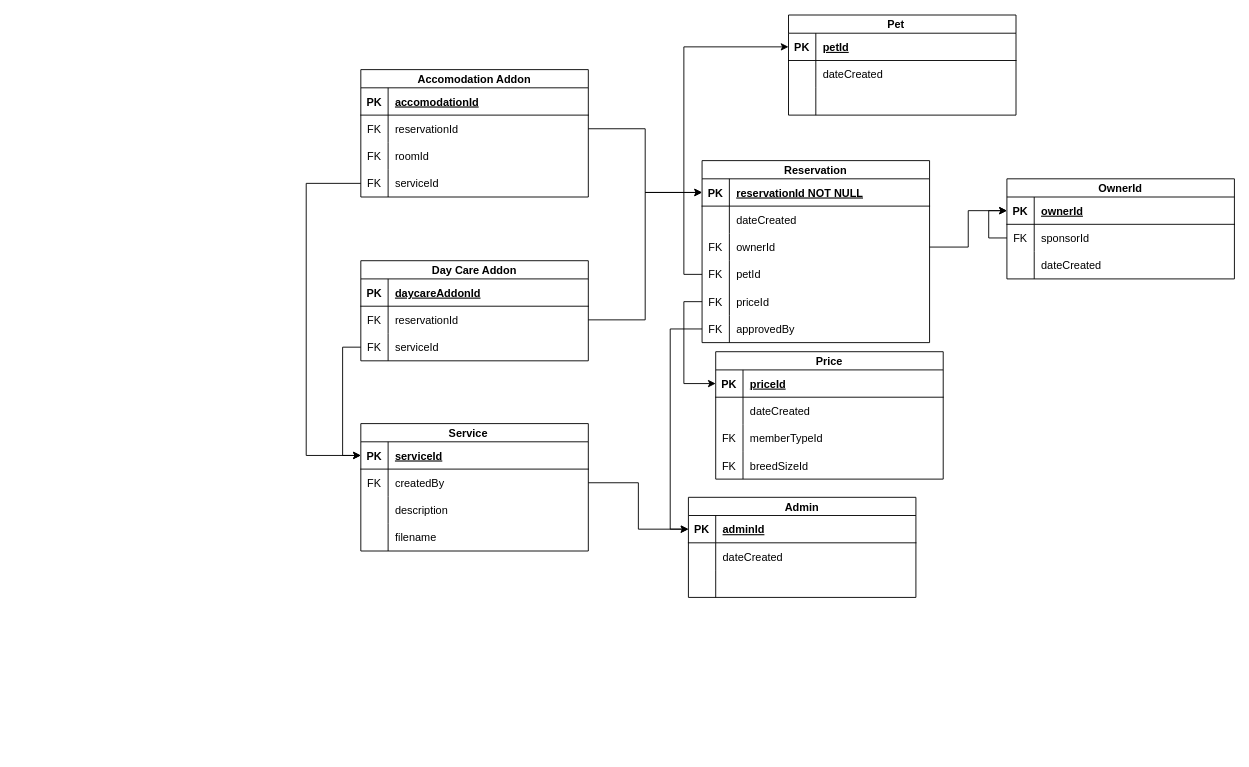
The draw.io diagram Untitled Diagram.drawio in mccndcg/erds, before the edit. Source tidied: cells renumbered, new cells numbered last; positions are measured from the earlier drawing's top-left corner, leaving out a move shared by most shapes. Both pictures are drawn from the tidied source at 91%, with x=0, y=0 at pixel (306, 15).
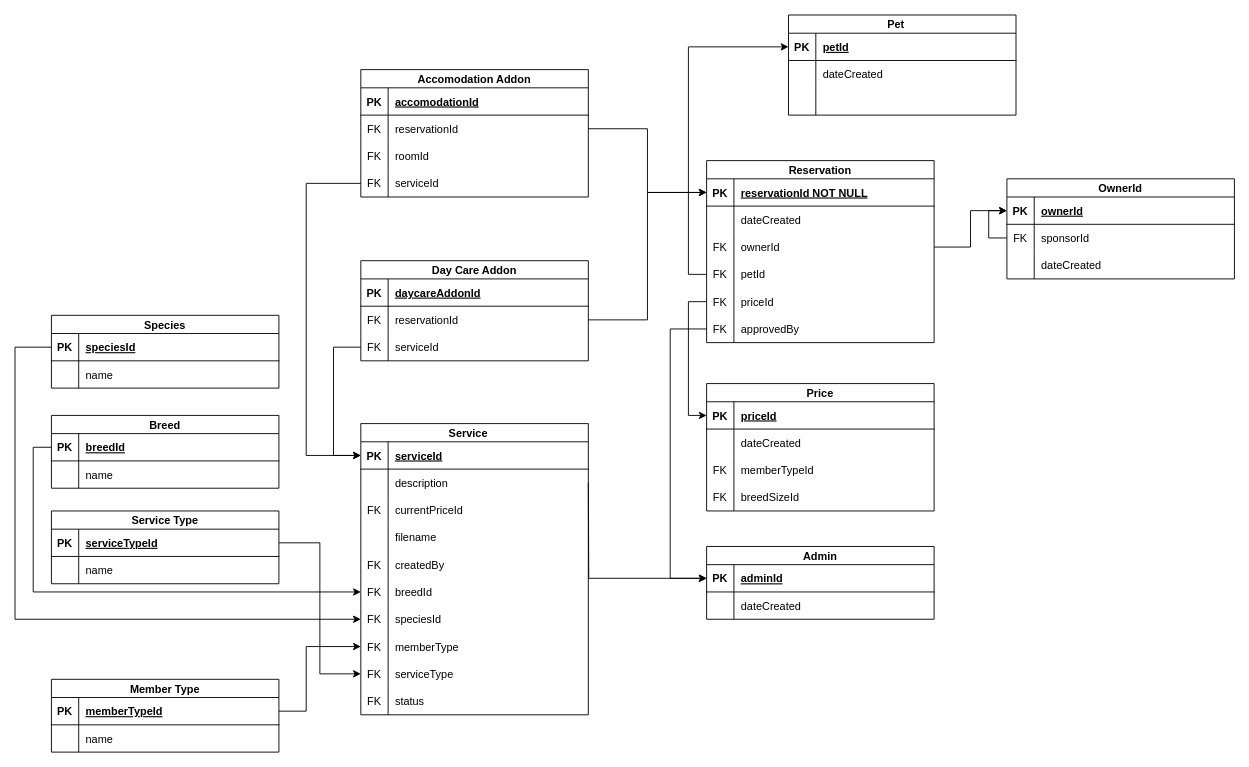
Above is the later version.

Unchanged cells that the change refers to:
```xml
<mxCell id="18" style="shape=partialRectangle;fillColor=none;points=[[0,0.5],[1,0.5]];portConstraint=eastwest;top=0;left=0;right=0;bottom=0;" parent="2" vertex="1">
  <mxGeometry y="170" width="250" height="30" as="geometry" />
</mxCell>
<mxCell id="29" style="shape=partialRectangle;fillColor=none;points=[[0,0.5],[1,0.5]];portConstraint=eastwest;top=0;left=0;right=0;bottom=0;" parent="22" vertex="1">
  <mxGeometry y="80" width="250" height="30" as="geometry" />
</mxCell>
<mxCell id="47" style="shape=partialRectangle;fillColor=none;points=[[0,0.5],[1,0.5]];portConstraint=eastwest;top=0;left=0;right=0;bottom=1;" parent="46" vertex="1">
  <mxGeometry y="20" width="250" height="30" as="geometry" />
</mxCell>
<mxCell id="57" style="shape=partialRectangle;fillColor=none;points=[[0,0.5],[1,0.5]];portConstraint=eastwest;top=0;left=0;right=0;bottom=1;" parent="56" vertex="1">
  <mxGeometry y="20" width="250" height="30" as="geometry" />
</mxCell>
```

Diff of the diagram source:
```diff
@@
     <mxCell id="2" value="Reservation" style="shape=table;startSize=20;childLayout=tableLayout;rowLines=0;fontStyle=1;align=center;" parent="1" vertex="1">
-      <mxGeometry x="435" y="160" width="250" height="200" as="geometry" />
+      <mxGeometry x="440" y="160" width="250" height="200" as="geometry" />
     </mxCell>
@@
     <mxCell id="33" value="Price" style="shape=table;startSize=20;childLayout=tableLayout;rowLines=0;fontStyle=1;align=center;" parent="1" vertex="1">
-      <mxGeometry x="450" y="370" width="250" height="140" as="geometry" />
+      <mxGeometry x="440" y="405" width="250" height="140" as="geometry" />
     </mxCell>
@@
     <mxCell id="46" value="Admin" style="shape=table;startSize=20;childLayout=tableLayout;rowLines=0;fontStyle=1;align=center;" parent="1" vertex="1">
-      <mxGeometry x="420" y="530" width="250" height="110" as="geometry" />
+      <mxGeometry x="440" y="584" width="250" height="80" as="geometry" />
     </mxCell>
@@
-    <mxCell id="53" style="shape=partialRectangle;fillColor=none;top=0;left=0;right=0;bottom=0;" parent="46" vertex="1">
-      <mxGeometry y="80" width="250" height="30" as="geometry" />
-    </mxCell>
-    <mxCell id="54" style="shape=partialRectangle;overflow=hidden;fillColor=none;top=0;left=0;bottom=0;right=0;" parent="53" vertex="1">
-      <mxGeometry width="30" height="30" as="geometry" />
-    </mxCell>
-    <mxCell id="55" style="shape=partialRectangle;overflow=hidden;fillColor=none;top=0;left=0;bottom=0;right=0;align=left;spacingLeft=6;" parent="53" vertex="1">
-      <mxGeometry x="30" width="220" height="30" as="geometry" />
-    </mxCell>
     <mxCell id="56" value="Service    " style="shape=table;startSize=20;childLayout=tableLayout;rowLines=0;fontStyle=1;align=center;" parent="1" vertex="1">
-      <mxGeometry x="60" y="449" width="250" height="140" as="geometry" />
+      <mxGeometry x="60" y="449" width="250" height="320" as="geometry" />
     </mxCell>
@@
-    <mxCell id="60" style="shape=partialRectangle;fillColor=none;points=[[0,0.5],[1,0.5]];portConstraint=eastwest;top=0;left=0;right=0;bottom=0;" parent="56" vertex="1">
-      <mxGeometry y="50" width="250" height="30" as="geometry" />
-    </mxCell>
-    <mxCell id="61" value="FK" style="shape=partialRectangle;overflow=hidden;fillColor=none;top=0;left=0;bottom=0;right=0;" parent="60" vertex="1">
-      <mxGeometry width="30" height="30" as="geometry" />
-    </mxCell>
-    <mxCell id="62" value="createdBy" style="shape=partialRectangle;overflow=hidden;fillColor=none;top=0;left=0;bottom=0;right=0;align=left;spacingLeft=6;" parent="60" vertex="1">
-      <mxGeometry x="30" width="220" height="30" as="geometry" />
-    </mxCell>
     <mxCell id="63" style="shape=partialRectangle;fillColor=none;top=0;left=0;right=0;bottom=0;" parent="56" vertex="1">
-      <mxGeometry y="80" width="250" height="30" as="geometry" />
+      <mxGeometry y="50" width="250" height="30" as="geometry" />
     </mxCell>
@@
     <mxCell id="66" style="shape=partialRectangle;fillColor=none;top=0;left=0;right=0;bottom=0;" parent="56" vertex="1">
-      <mxGeometry y="110" width="250" height="30" as="geometry" />
+      <mxGeometry y="80" width="250" height="30" as="geometry" />
     </mxCell>
-    <mxCell id="67" style="shape=partialRectangle;overflow=hidden;fillColor=none;top=0;left=0;bottom=0;right=0;" parent="66" vertex="1">
+    <mxCell id="67" value="FK" style="shape=partialRectangle;overflow=hidden;fillColor=none;top=0;left=0;bottom=0;right=0;" parent="66" vertex="1">
       <mxGeometry width="30" height="30" as="geometry" />
     </mxCell>
-    <mxCell id="68" value="filename" style="shape=partialRectangle;overflow=hidden;fillColor=none;top=0;left=0;bottom=0;right=0;align=left;spacingLeft=6;" parent="66" vertex="1">
+    <mxCell id="68" value="currentPriceId" style="shape=partialRectangle;overflow=hidden;fillColor=none;top=0;left=0;bottom=0;right=0;align=left;spacingLeft=6;" parent="66" vertex="1">
       <mxGeometry x="30" width="220" height="30" as="geometry" />
     </mxCell>
+    <mxCell id="110" style="shape=partialRectangle;fillColor=none;top=0;left=0;right=0;bottom=0;" parent="56" vertex="1">
+      <mxGeometry y="110" width="250" height="30" as="geometry" />
+    </mxCell>
+    <mxCell id="111" style="shape=partialRectangle;overflow=hidden;fillColor=none;top=0;left=0;bottom=0;right=0;" parent="110" vertex="1">
+      <mxGeometry width="30" height="30" as="geometry" />
+    </mxCell>
+    <mxCell id="112" value="filename" style="shape=partialRectangle;overflow=hidden;fillColor=none;top=0;left=0;bottom=0;right=0;align=left;spacingLeft=6;" parent="110" vertex="1">
+      <mxGeometry x="30" width="220" height="30" as="geometry" />
+    </mxCell>
+    <mxCell id="113" style="shape=partialRectangle;fillColor=none;top=0;left=0;right=0;bottom=0;" parent="56" vertex="1">
+      <mxGeometry y="140" width="250" height="30" as="geometry" />
+    </mxCell>
+    <mxCell id="114" value="FK" style="shape=partialRectangle;overflow=hidden;fillColor=none;top=0;left=0;bottom=0;right=0;" parent="113" vertex="1">
+      <mxGeometry width="30" height="30" as="geometry" />
+    </mxCell>
+    <mxCell id="62" value="createdBy" style="shape=partialRectangle;overflow=hidden;fillColor=none;top=0;left=0;bottom=0;right=0;align=left;spacingLeft=6;" parent="113" vertex="1">
+      <mxGeometry x="30" width="220" height="30" as="geometry" />
+    </mxCell>
+    <mxCell id="115" style="shape=partialRectangle;fillColor=none;points=[[0,0.5],[1,0.5]];portConstraint=eastwest;top=0;left=0;right=0;bottom=0;" parent="56" vertex="1">
+      <mxGeometry y="170" width="250" height="30" as="geometry" />
+    </mxCell>
+    <mxCell id="116" value="FK" style="shape=partialRectangle;overflow=hidden;fillColor=none;top=0;left=0;bottom=0;right=0;" parent="115" vertex="1">
+      <mxGeometry width="30" height="30" as="geometry" />
+    </mxCell>
+    <mxCell id="117" value="breedId" style="shape=partialRectangle;overflow=hidden;fillColor=none;top=0;left=0;bottom=0;right=0;align=left;spacingLeft=6;" parent="115" vertex="1">
+      <mxGeometry x="30" width="220" height="30" as="geometry" />
+    </mxCell>
+    <mxCell id="118" style="shape=partialRectangle;fillColor=none;points=[[0,0.5],[1,0.5]];portConstraint=eastwest;top=0;left=0;right=0;bottom=0;" parent="56" vertex="1">
+      <mxGeometry y="200" width="250" height="30" as="geometry" />
+    </mxCell>
+    <mxCell id="119" value="FK" style="shape=partialRectangle;overflow=hidden;fillColor=none;top=0;left=0;bottom=0;right=0;" parent="118" vertex="1">
+      <mxGeometry width="30" height="30" as="geometry" />
+    </mxCell>
+    <mxCell id="120" value="speciesId" style="shape=partialRectangle;overflow=hidden;fillColor=none;top=0;left=0;bottom=0;right=0;align=left;spacingLeft=6;" parent="118" vertex="1">
+      <mxGeometry x="30" width="220" height="30" as="geometry" />
+    </mxCell>
+    <mxCell id="121" style="shape=partialRectangle;fillColor=none;points=[[0,0.5],[1,0.5]];portConstraint=eastwest;top=0;left=0;right=0;bottom=0;" parent="56" vertex="1">
+      <mxGeometry y="230" width="250" height="30" as="geometry" />
+    </mxCell>
+    <mxCell id="122" value="FK" style="shape=partialRectangle;overflow=hidden;fillColor=none;top=0;left=0;bottom=0;right=0;" parent="121" vertex="1">
+      <mxGeometry width="30" height="30" as="geometry" />
+    </mxCell>
+    <mxCell id="123" value="memberType" style="shape=partialRectangle;overflow=hidden;fillColor=none;top=0;left=0;bottom=0;right=0;align=left;spacingLeft=6;" parent="121" vertex="1">
+      <mxGeometry x="30" width="220" height="30" as="geometry" />
+    </mxCell>
+    <mxCell id="124" style="shape=partialRectangle;fillColor=none;points=[[0,0.5],[1,0.5]];portConstraint=eastwest;top=0;left=0;right=0;bottom=0;" parent="56" vertex="1">
+      <mxGeometry y="260" width="250" height="30" as="geometry" />
+    </mxCell>
+    <mxCell id="125" value="FK" style="shape=partialRectangle;overflow=hidden;fillColor=none;top=0;left=0;bottom=0;right=0;" parent="124" vertex="1">
+      <mxGeometry width="30" height="30" as="geometry" />
+    </mxCell>
+    <mxCell id="126" value="serviceType" style="shape=partialRectangle;overflow=hidden;fillColor=none;top=0;left=0;bottom=0;right=0;align=left;spacingLeft=6;" parent="124" vertex="1">
+      <mxGeometry x="30" width="220" height="30" as="geometry" />
+    </mxCell>
+    <mxCell id="127" style="shape=partialRectangle;fillColor=none;top=0;left=0;right=0;bottom=0;" parent="56" vertex="1">
+      <mxGeometry y="290" width="250" height="30" as="geometry" />
+    </mxCell>
+    <mxCell id="128" value="FK" style="shape=partialRectangle;overflow=hidden;fillColor=none;top=0;left=0;bottom=0;right=0;" parent="127" vertex="1">
+      <mxGeometry width="30" height="30" as="geometry" />
+    </mxCell>
+    <mxCell id="129" value="status" style="shape=partialRectangle;overflow=hidden;fillColor=none;top=0;left=0;bottom=0;right=0;align=left;spacingLeft=6;" parent="127" vertex="1">
+      <mxGeometry x="30" width="220" height="30" as="geometry" />
+    </mxCell>
-    <mxCell id="69" style="edgeStyle=orthogonalEdgeStyle;rounded=0;jettySize=auto;html=1;exitX=1;exitY=0.5;exitDx=0;exitDy=0;entryX=0;entryY=0.5;entryDx=0;entryDy=0;" parent="1" edge="1" source="60" target="47">
-      <mxGeometry relative="1" as="geometry" />
+    <mxCell id="69" style="edgeStyle=orthogonalEdgeStyle;rounded=0;jettySize=auto;html=1;exitX=1;exitY=0.5;exitDx=0;exitDy=0;entryX=0;entryY=0.5;entryDx=0;entryDy=0;" parent="1" edge="1" target="47">
+      <mxGeometry relative="1" as="geometry">
+        <mxPoint x="310" y="514" as="sourcePoint" />
+      </mxGeometry>
     </mxCell>
     <mxCell id="70" style="edgeStyle=orthogonalEdgeStyle;rounded=0;jettySize=auto;html=1;exitX=0;exitY=0.5;exitDx=0;exitDy=0;entryX=0;entryY=0.5;entryDx=0;entryDy=0;" parent="1" edge="1" source="29" target="57">
-      <mxGeometry relative="1" as="geometry" />
+      <mxGeometry relative="1" as="geometry">
+        <Array as="points">
+          <mxPoint x="30" y="365" />
+          <mxPoint x="30" y="484" />
+        </Array>
+      </mxGeometry>
     </mxCell>
@@
     <mxCell id="109" style="edgeStyle=orthogonalEdgeStyle;rounded=0;jettySize=auto;html=1;exitX=0;exitY=0.5;exitDx=0;exitDy=0;entryX=0;entryY=0.5;entryDx=0;entryDy=0;" parent="1" edge="1" source="18" target="47">
-      <mxGeometry relative="1" as="geometry" />
+      <mxGeometry relative="1" as="geometry">
+        <Array as="points">
+          <mxPoint x="400" y="345" />
+          <mxPoint x="400" y="619" />
+        </Array>
+      </mxGeometry>
     </mxCell>
+    <mxCell id="130" value="Breed" style="shape=table;startSize=20;childLayout=tableLayout;rowLines=0;fontStyle=1;align=center;" parent="1" vertex="1">
+      <mxGeometry x="-280" y="440" width="250" height="80" as="geometry" />
+    </mxCell>
+    <mxCell id="131" style="shape=partialRectangle;fillColor=none;points=[[0,0.5],[1,0.5]];portConstraint=eastwest;top=0;left=0;right=0;bottom=1;" parent="130" vertex="1">
+      <mxGeometry y="20" width="250" height="30" as="geometry" />
+    </mxCell>
+    <mxCell id="132" value="PK" style="shape=partialRectangle;overflow=hidden;fillColor=none;top=0;left=0;bottom=0;right=0;fontStyle=1;" parent="131" vertex="1">
+      <mxGeometry width="30" height="30" as="geometry" />
+    </mxCell>
+    <mxCell id="133" value="breedId" style="shape=partialRectangle;overflow=hidden;fillColor=none;top=0;left=0;bottom=0;right=0;align=left;spacingLeft=6;fontStyle=5;" parent="131" vertex="1">
+      <mxGeometry x="30" width="220" height="30" as="geometry" />
+    </mxCell>
+    <mxCell id="134" style="shape=partialRectangle;fillColor=none;top=0;left=0;right=0;bottom=0;" parent="130" vertex="1">
+      <mxGeometry y="50" width="250" height="30" as="geometry" />
+    </mxCell>
+    <mxCell id="135" style="shape=partialRectangle;overflow=hidden;fillColor=none;top=0;left=0;bottom=0;right=0;" parent="134" vertex="1">
+      <mxGeometry width="30" height="30" as="geometry" />
+    </mxCell>
+    <mxCell id="136" value="name" style="shape=partialRectangle;overflow=hidden;fillColor=none;top=0;left=0;bottom=0;right=0;align=left;spacingLeft=6;" parent="134" vertex="1">
+      <mxGeometry x="30" width="220" height="30" as="geometry" />
+    </mxCell>
+    <mxCell id="137" style="edgeStyle=orthogonalEdgeStyle;rounded=0;jettySize=auto;html=1;exitX=0;exitY=0.5;exitDx=0;exitDy=0;entryX=0;entryY=0.5;entryDx=0;entryDy=0;" parent="1" edge="1" source="131" target="115">
+      <mxGeometry relative="1" as="geometry" />
+    </mxCell>
+    <mxCell id="138" value="Species" style="shape=table;startSize=20;childLayout=tableLayout;rowLines=0;fontStyle=1;align=center;" parent="1" vertex="1">
+      <mxGeometry x="-280" y="330" width="250" height="80" as="geometry" />
+    </mxCell>
+    <mxCell id="139" style="shape=partialRectangle;fillColor=none;points=[[0,0.5],[1,0.5]];portConstraint=eastwest;top=0;left=0;right=0;bottom=1;" parent="138" vertex="1">
+      <mxGeometry y="20" width="250" height="30" as="geometry" />
+    </mxCell>
+    <mxCell id="140" value="PK" style="shape=partialRectangle;overflow=hidden;fillColor=none;top=0;left=0;bottom=0;right=0;fontStyle=1;" parent="139" vertex="1">
+      <mxGeometry width="30" height="30" as="geometry" />
+    </mxCell>
+    <mxCell id="141" value="speciesId" style="shape=partialRectangle;overflow=hidden;fillColor=none;top=0;left=0;bottom=0;right=0;align=left;spacingLeft=6;fontStyle=5;" parent="139" vertex="1">
+      <mxGeometry x="30" width="220" height="30" as="geometry" />
+    </mxCell>
+    <mxCell id="142" style="shape=partialRectangle;fillColor=none;top=0;left=0;right=0;bottom=0;" parent="138" vertex="1">
+      <mxGeometry y="50" width="250" height="30" as="geometry" />
+    </mxCell>
+    <mxCell id="143" style="shape=partialRectangle;overflow=hidden;fillColor=none;top=0;left=0;bottom=0;right=0;" parent="142" vertex="1">
+      <mxGeometry width="30" height="30" as="geometry" />
+    </mxCell>
+    <mxCell id="144" value="name" style="shape=partialRectangle;overflow=hidden;fillColor=none;top=0;left=0;bottom=0;right=0;align=left;spacingLeft=6;" parent="142" vertex="1">
+      <mxGeometry x="30" width="220" height="30" as="geometry" />
+    </mxCell>
+    <mxCell id="145" value="Service Type" style="shape=table;startSize=20;childLayout=tableLayout;rowLines=0;fontStyle=1;align=center;" parent="1" vertex="1">
+      <mxGeometry x="-280" y="545" width="250" height="80" as="geometry" />
+    </mxCell>
+    <mxCell id="146" style="shape=partialRectangle;fillColor=none;points=[[0,0.5],[1,0.5]];portConstraint=eastwest;top=0;left=0;right=0;bottom=1;" parent="145" vertex="1">
+      <mxGeometry y="20" width="250" height="30" as="geometry" />
+    </mxCell>
+    <mxCell id="147" value="PK" style="shape=partialRectangle;overflow=hidden;fillColor=none;top=0;left=0;bottom=0;right=0;fontStyle=1;" parent="146" vertex="1">
+      <mxGeometry width="30" height="30" as="geometry" />
+    </mxCell>
+    <mxCell id="148" value="serviceTypeId" style="shape=partialRectangle;overflow=hidden;fillColor=none;top=0;left=0;bottom=0;right=0;align=left;spacingLeft=6;fontStyle=5;" parent="146" vertex="1">
+      <mxGeometry x="30" width="220" height="30" as="geometry" />
+    </mxCell>
+    <mxCell id="149" style="shape=partialRectangle;fillColor=none;top=0;left=0;right=0;bottom=0;" parent="145" vertex="1">
+      <mxGeometry y="50" width="250" height="30" as="geometry" />
+    </mxCell>
+    <mxCell id="150" style="shape=partialRectangle;overflow=hidden;fillColor=none;top=0;left=0;bottom=0;right=0;" parent="149" vertex="1">
+      <mxGeometry width="30" height="30" as="geometry" />
+    </mxCell>
+    <mxCell id="151" value="name" style="shape=partialRectangle;overflow=hidden;fillColor=none;top=0;left=0;bottom=0;right=0;align=left;spacingLeft=6;" parent="149" vertex="1">
+      <mxGeometry x="30" width="220" height="30" as="geometry" />
+    </mxCell>
+    <mxCell id="152" style="edgeStyle=orthogonalEdgeStyle;rounded=0;jettySize=auto;html=1;exitX=1;exitY=0.5;exitDx=0;exitDy=0;entryX=0;entryY=0.5;entryDx=0;entryDy=0;" parent="1" edge="1" source="146" target="124">
+      <mxGeometry relative="1" as="geometry" />
+    </mxCell>
+    <mxCell id="153" value="Member Type" style="shape=table;startSize=20;childLayout=tableLayout;rowLines=0;fontStyle=1;align=center;" parent="1" vertex="1">
+      <mxGeometry x="-280" y="730" width="250" height="80" as="geometry" />
+    </mxCell>
+    <mxCell id="154" style="shape=partialRectangle;fillColor=none;points=[[0,0.5],[1,0.5]];portConstraint=eastwest;top=0;left=0;right=0;bottom=1;" parent="153" vertex="1">
+      <mxGeometry y="20" width="250" height="30" as="geometry" />
+    </mxCell>
+    <mxCell id="155" value="PK" style="shape=partialRectangle;overflow=hidden;fillColor=none;top=0;left=0;bottom=0;right=0;fontStyle=1;" parent="154" vertex="1">
+      <mxGeometry width="30" height="30" as="geometry" />
+    </mxCell>
+    <mxCell id="156" value="memberTypeId" style="shape=partialRectangle;overflow=hidden;fillColor=none;top=0;left=0;bottom=0;right=0;align=left;spacingLeft=6;fontStyle=5;" parent="154" vertex="1">
+      <mxGeometry x="30" width="220" height="30" as="geometry" />
+    </mxCell>
+    <mxCell id="157" style="shape=partialRectangle;fillColor=none;top=0;left=0;right=0;bottom=0;" parent="153" vertex="1">
+      <mxGeometry y="50" width="250" height="30" as="geometry" />
+    </mxCell>
+    <mxCell id="158" style="shape=partialRectangle;overflow=hidden;fillColor=none;top=0;left=0;bottom=0;right=0;" parent="157" vertex="1">
+      <mxGeometry width="30" height="30" as="geometry" />
+    </mxCell>
+    <mxCell id="159" value="name" style="shape=partialRectangle;overflow=hidden;fillColor=none;top=0;left=0;bottom=0;right=0;align=left;spacingLeft=6;" parent="157" vertex="1">
+      <mxGeometry x="30" width="220" height="30" as="geometry" />
+    </mxCell>
+    <mxCell id="160" style="edgeStyle=orthogonalEdgeStyle;rounded=0;jettySize=auto;html=1;exitX=1;exitY=0.5;exitDx=0;exitDy=0;entryX=0;entryY=0.5;entryDx=0;entryDy=0;" parent="1" edge="1" source="154" target="121">
+      <mxGeometry relative="1" as="geometry">
+        <Array as="points">
+          <mxPoint y="765" />
+          <mxPoint y="694" />
+        </Array>
+      </mxGeometry>
+    </mxCell>
+    <mxCell id="161" style="edgeStyle=orthogonalEdgeStyle;rounded=0;jettySize=auto;html=1;exitX=0;exitY=0.5;exitDx=0;exitDy=0;entryX=0;entryY=0.5;entryDx=0;entryDy=0;" parent="1" edge="1" source="139" target="118">
+      <mxGeometry relative="1" as="geometry">
+        <Array as="points">
+          <mxPoint x="-320" y="365" />
+          <mxPoint x="-320" y="664" />
+        </Array>
+      </mxGeometry>
+    </mxCell>
```
